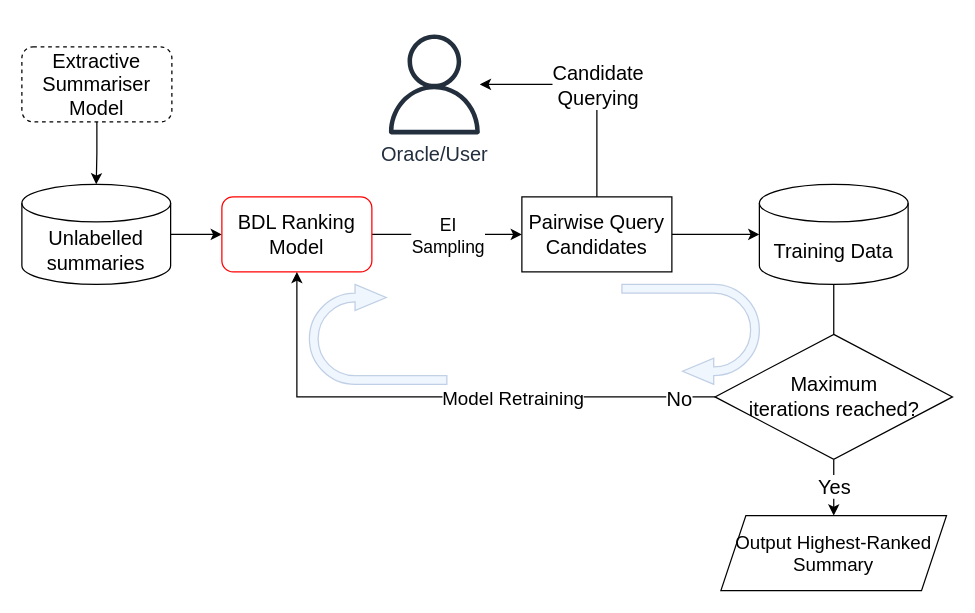
Above: additions/figures/approach framework horiz.drawio in j4mes12/BDLSummaryRanking (draw.io), before the change. Source tidied: cells renumbered, new cells numbered last; positions are measured from the earlier drawing's top-left corner, leaving out a move shared by most shapes. Both pictures are drawn from the tidied source at 125%, with x=0, y=0 at pixel (21, 34).
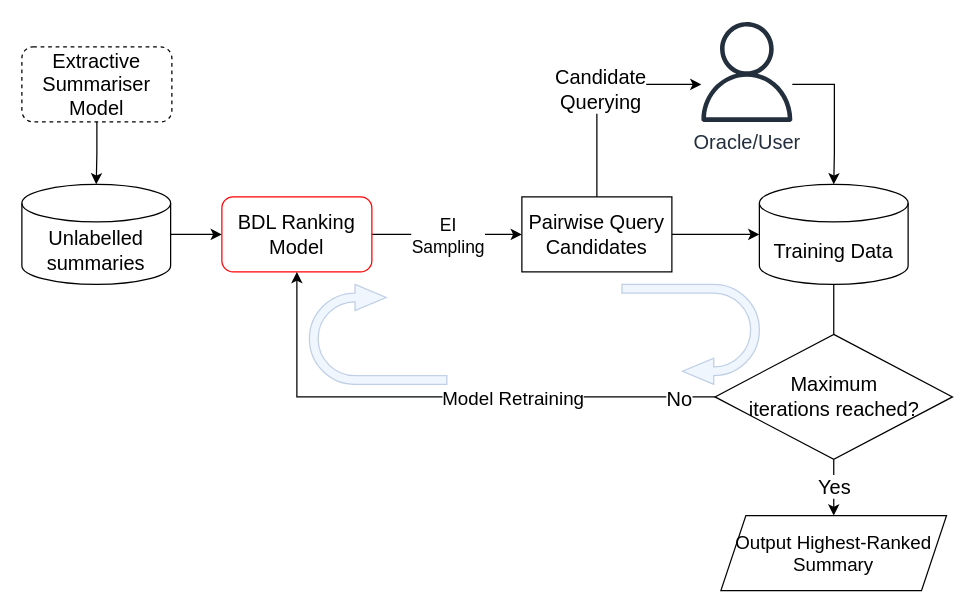
The same diagram, later.

Unchanged cells that the change refers to:
```xml
<mxCell id="17" value="&lt;font style=&quot;font-size: 16px;&quot;&gt;Training Data&lt;/font&gt;" style="shape=cylinder3;whiteSpace=wrap;html=1;boundedLbl=1;backgroundOutline=1;size=15;" parent="1" vertex="1">
  <mxGeometry x="590" y="120" width="119" height="80" as="geometry" />
</mxCell>
```

Change to the diagram source:
```diff
@@
+    <mxCell id="25" style="edgeStyle=orthogonalEdgeStyle;rounded=0;jettySize=auto;html=1;entryX=0.5;entryY=0;entryDx=0;entryDy=0;entryPerimeter=0;" parent="1" edge="1" source="2" target="17">
+      <mxGeometry relative="1" as="geometry">
+        <Array as="points">
+          <mxPoint x="650" y="40" />
+          <mxPoint x="650" y="95" />
+        </Array>
+      </mxGeometry>
+    </mxCell>
     <mxCell id="2" value="&lt;font style=&quot;font-size: 16px;&quot;&gt;Oracle/User&lt;/font&gt;" style="sketch=0;outlineConnect=0;fontColor=#232F3E;gradientColor=none;fillColor=#232F3D;strokeColor=none;dashed=0;verticalLabelPosition=bottom;verticalAlign=top;align=center;html=1;fontSize=12;fontStyle=0;shape=mxgraph.aws4.user;" parent="1" vertex="1">
-      <mxGeometry x="290" width="80" height="80" as="geometry" />
+      <mxGeometry x="540" y="-10" width="80" height="80" as="geometry" />
     </mxCell>
```
